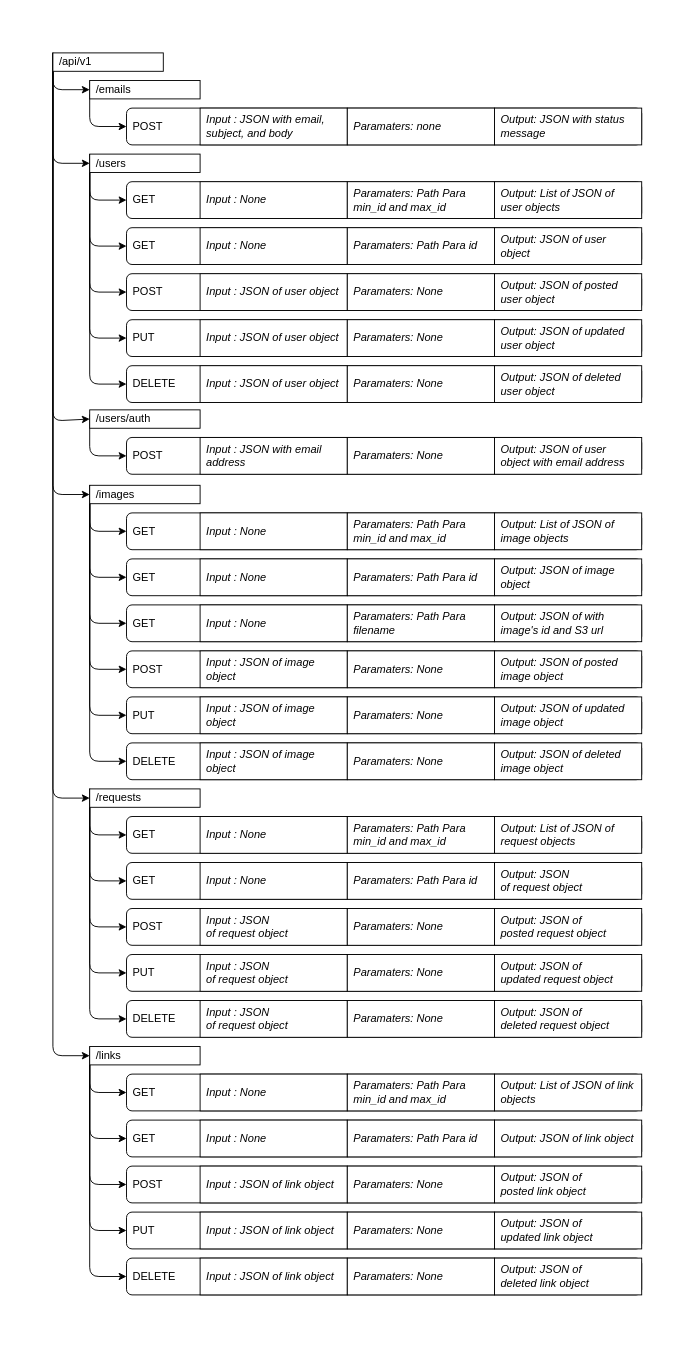
Above: design/api-endpoints-heirachy.drawio in ska-sa/images-hub (draw.io), before the change. Source tidied: cells renumbered, new cells numbered last; positions are measured from the earlier drawing's top-left corner, leaving out a move shared by most shapes. Both pictures are drawn from the tidied source at 92%, with x=0, y=0 at pixel (52, 52).
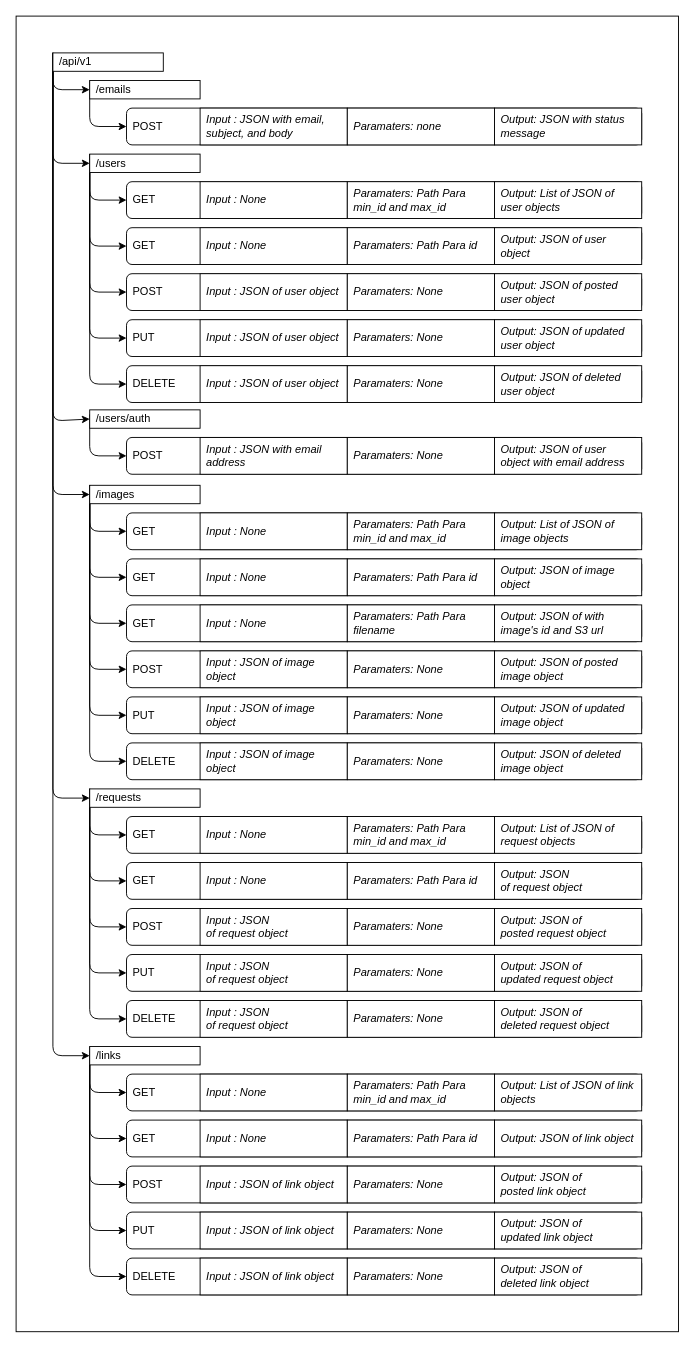
Above is the later version.

The edit, as a diff of the source:
```diff
@@
+    <mxCell id="130" style="rounded=0;whiteSpace=wrap;html=1;" parent="1" vertex="1">
+      <mxGeometry x="-40" y="-40" width="720" height="1430" as="geometry" />
+    </mxCell>
```
